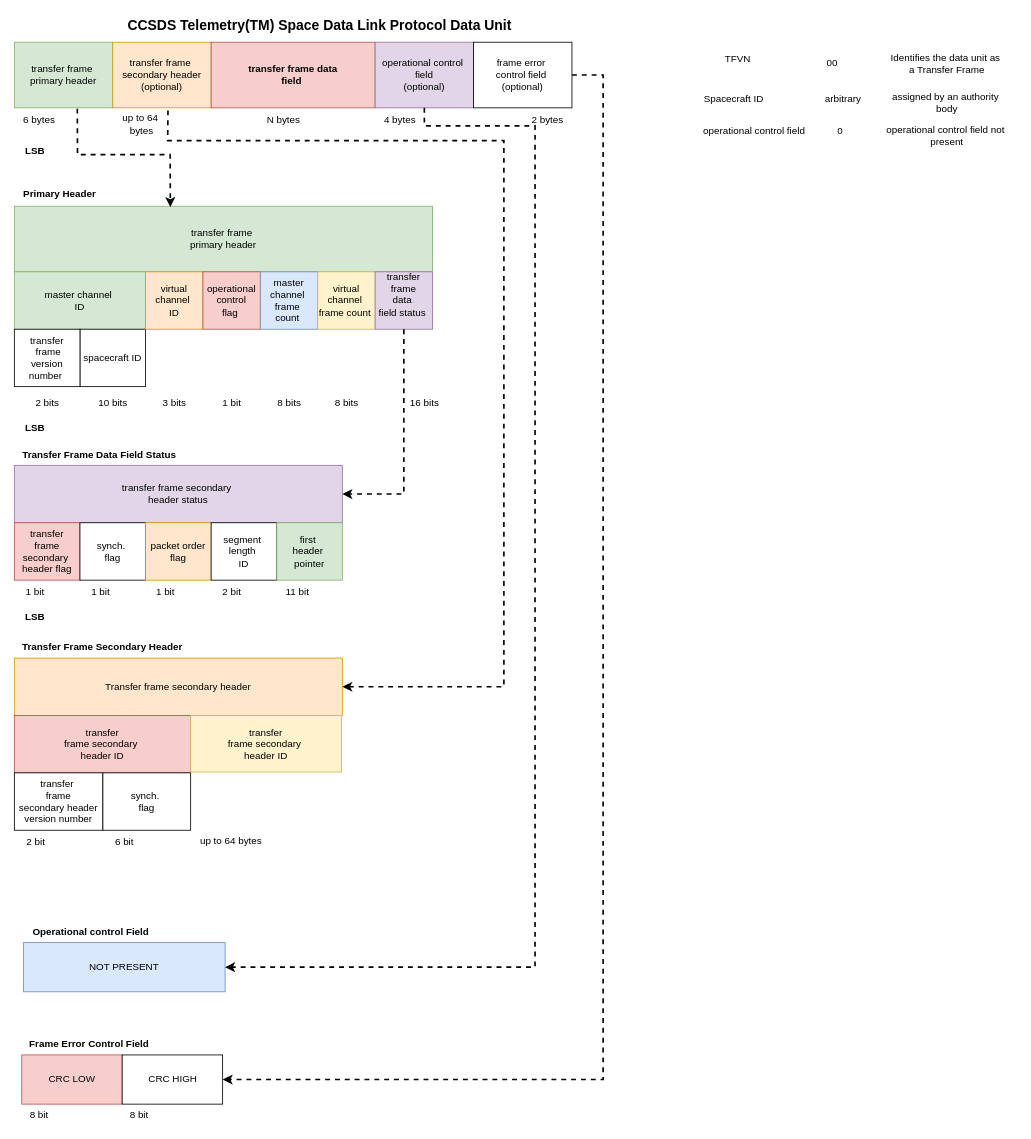
bytecod3/Project-Shadow-Flight keeps this draw.io diagram as user-docs/telemetry-Protocol-data-unit.drawio. Above is the earlier version. Source tidied: cells renumbered, new cells numbered last; positions are measured from the earlier drawing's top-left corner, leaving out a move shared by most shapes. Both pictures are drawn from the tidied source at 82%, with x=0, y=0 at pixel (14, 14).
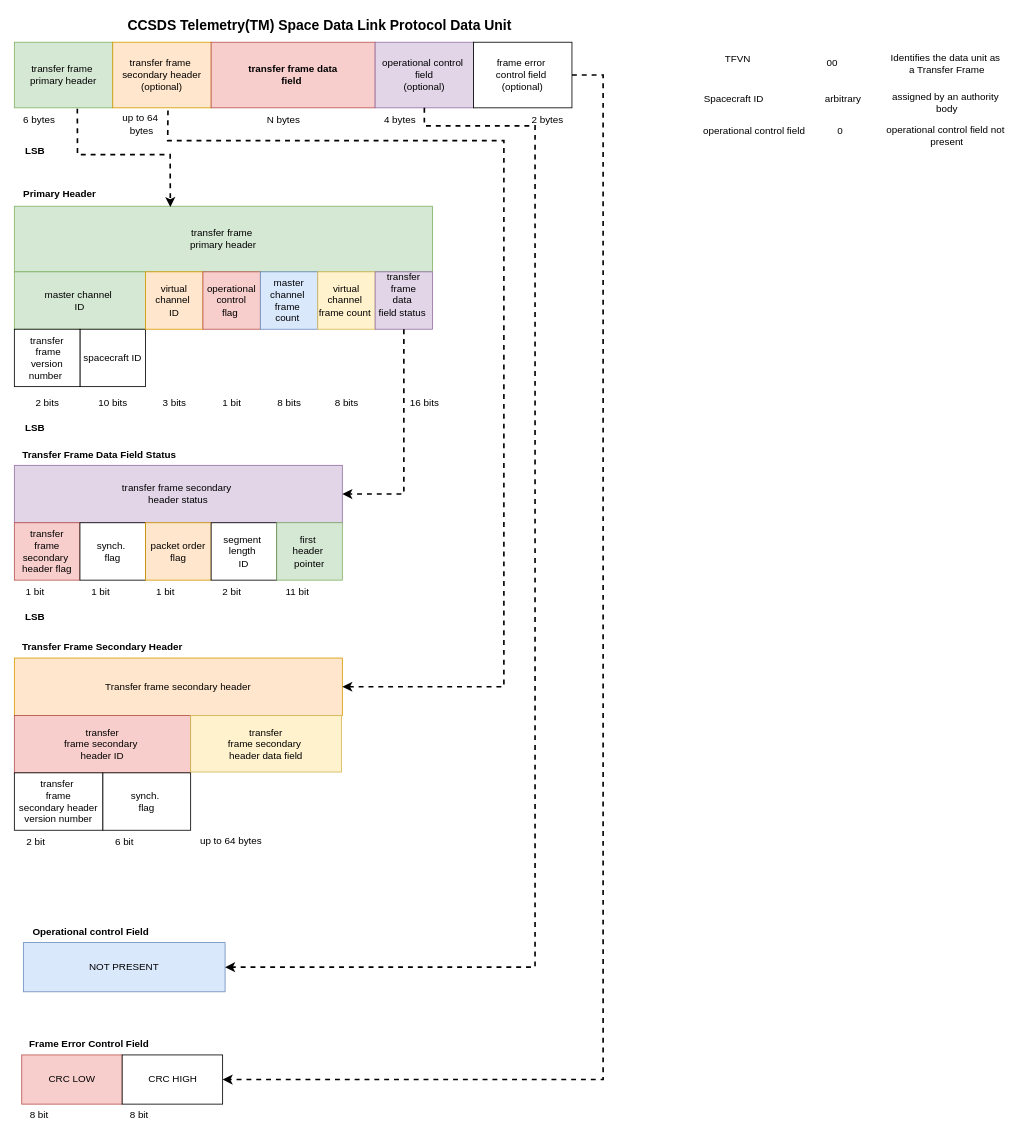
Above is the later version.

Diff of the diagram source:
```diff
@@
-    <mxCell id="62" value="transfer&lt;div&gt;frame secondary&amp;nbsp;&lt;/div&gt;&lt;div&gt;header ID&lt;/div&gt;" style="whiteSpace=wrap;html=1;fillColor=#fff2cc;strokeColor=#d6b656;" parent="1" vertex="1">
+    <mxCell id="62" value="transfer&lt;div&gt;frame secondary&amp;nbsp;&lt;/div&gt;&lt;div&gt;header data field&lt;/div&gt;" style="whiteSpace=wrap;html=1;fillColor=#fff2cc;strokeColor=#d6b656;" parent="1" vertex="1">
       <mxGeometry x="215" y="855" width="184" height="69" as="geometry" />
     </mxCell>
```
